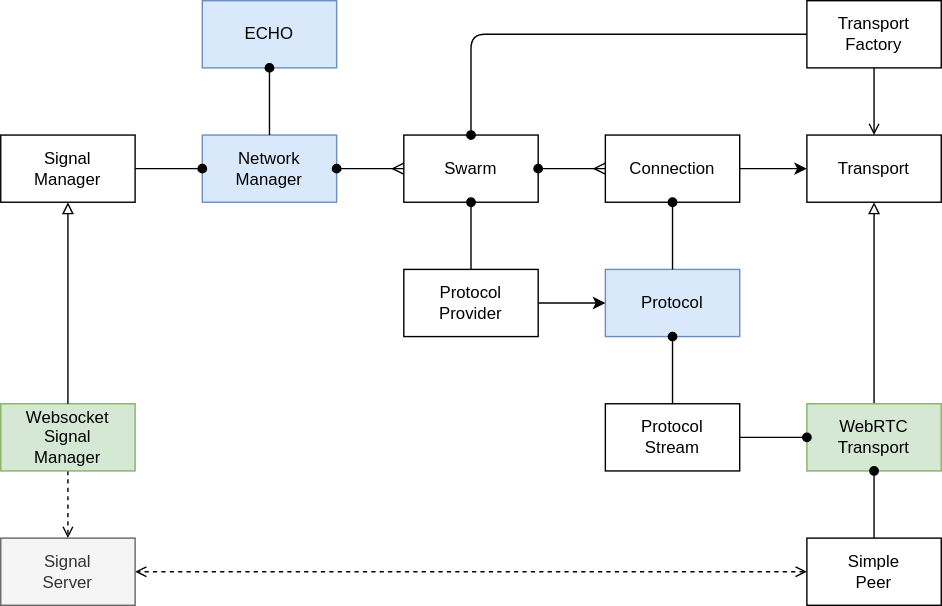
dxos/dxos keeps this draw.io diagram as docs/design/diagrams/mesh-network-manager.drawio.svg. Above is the earlier version. Source tidied: cells renumbered, new cells last; positions are measured from the earlier drawing's top-left corner, leaving out a move shared by most shapes.
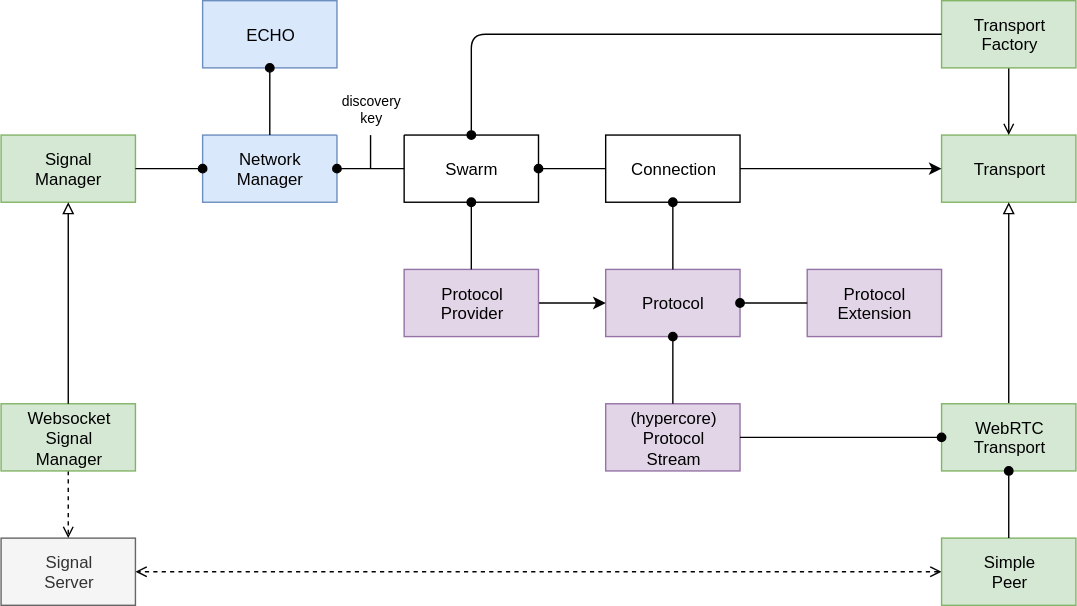
Later version of the same file.

The edit, as a diff of the source:
```diff
@@ -5,14 +5,14 @@
     <mxCell id="2" value="Network&lt;br&gt;Manager" style="rounded=0;whiteSpace=wrap;html=1;fillColor=#dae8fc;strokeColor=#6c8ebf;" parent="1" vertex="1">
       <mxGeometry x="144" y="96" width="96" height="48" as="geometry" />
     </mxCell>
-    <mxCell id="3" value="Transport" style="rounded=0;whiteSpace=wrap;html=1;" parent="1" vertex="1">
-      <mxGeometry x="576" y="96" width="96" height="48" as="geometry" />
+    <mxCell id="3" value="Transport" style="rounded=0;whiteSpace=wrap;html=1;fillColor=#d5e8d4;strokeColor=#82b366;" parent="1" vertex="1">
+      <mxGeometry x="672" y="96" width="96" height="48" as="geometry" />
     </mxCell>
     <mxCell id="4" style="edgeStyle=none;html=1;exitX=0.5;exitY=0;exitDx=0;exitDy=0;endArrow=block;endFill=0;entryX=0.5;entryY=1;entryDx=0;entryDy=0;" parent="1" edge="1" source="5" target="3">
       <mxGeometry relative="1" as="geometry" />
     </mxCell>
     <mxCell id="5" value="WebRTC&lt;br&gt;Transport" style="rounded=0;whiteSpace=wrap;html=1;fillColor=#d5e8d4;strokeColor=#82b366;" parent="1" vertex="1">
-      <mxGeometry x="576" y="288" width="96" height="48" as="geometry" />
+      <mxGeometry x="672" y="288" width="96" height="48" as="geometry" />
     </mxCell>
     <mxCell id="6" value="Swarm" style="rounded=0;whiteSpace=wrap;html=1;" parent="1" vertex="1">
       <mxGeometry x="288" y="96" width="96" height="48" as="geometry" />
@@ -32,8 +32,8 @@
     <mxCell id="11" style="edgeStyle=none;html=1;exitX=0;exitY=0.5;exitDx=0;exitDy=0;startArrow=open;startFill=0;endArrow=open;endFill=0;dashed=1;" parent="1" edge="1" source="12" target="14">
       <mxGeometry relative="1" as="geometry" />
     </mxCell>
-    <mxCell id="12" value="Simple&lt;br&gt;Peer" style="rounded=0;whiteSpace=wrap;html=1;" parent="1" vertex="1">
-      <mxGeometry x="576" y="384" width="96" height="48" as="geometry" />
+    <mxCell id="12" value="Simple&lt;br&gt;Peer" style="rounded=0;whiteSpace=wrap;html=1;fillColor=#d5e8d4;strokeColor=#82b366;" parent="1" vertex="1">
+      <mxGeometry x="672" y="384" width="96" height="48" as="geometry" />
     </mxCell>
     <mxCell id="13" style="edgeStyle=none;html=1;exitX=0.5;exitY=1;exitDx=0;exitDy=0;entryX=0.5;entryY=0;entryDx=0;entryDy=0;startArrow=oval;startFill=1;endArrow=none;endFill=0;" parent="1" edge="1" source="5" target="12">
       <mxGeometry relative="1" as="geometry" />
@@ -41,7 +41,7 @@
     <mxCell id="14" value="Signal&lt;br&gt;Server" style="rounded=0;whiteSpace=wrap;html=1;fillColor=#f5f5f5;fontColor=#333333;strokeColor=#666666;" parent="1" vertex="1">
       <mxGeometry y="384" width="96" height="48" as="geometry" />
     </mxCell>
-    <mxCell id="15" value="Signal&lt;br&gt;Manager" style="rounded=0;whiteSpace=wrap;html=1;" parent="1" vertex="1">
+    <mxCell id="15" value="Signal&lt;br&gt;Manager" style="rounded=0;whiteSpace=wrap;html=1;fillColor=#d5e8d4;strokeColor=#82b366;" parent="1" vertex="1">
       <mxGeometry y="96" width="96" height="48" as="geometry" />
     </mxCell>
     <mxCell id="16" style="edgeStyle=none;html=1;exitX=0.5;exitY=1;exitDx=0;exitDy=0;startArrow=none;startFill=0;endArrow=open;endFill=0;dashed=1;" parent="1" edge="1" source="17" target="14">
@@ -62,10 +62,10 @@
     <mxCell id="21" style="edgeStyle=none;html=1;exitX=0.5;exitY=1;exitDx=0;exitDy=0;startArrow=oval;startFill=1;endArrow=none;endFill=0;" parent="1" edge="1" source="20" target="2">
       <mxGeometry relative="1" as="geometry" />
     </mxCell>
-    <mxCell id="22" value="Protocol" style="rounded=0;whiteSpace=wrap;html=1;fillColor=#dae8fc;strokeColor=#6c8ebf;" parent="1" vertex="1">
+    <mxCell id="22" value="Protocol" style="rounded=0;whiteSpace=wrap;html=1;fillColor=#e1d5e7;strokeColor=#9673a6;" parent="1" vertex="1">
       <mxGeometry x="432" y="192" width="96" height="48" as="geometry" />
     </mxCell>
-    <mxCell id="23" value="Protocol&lt;br&gt;Stream" style="rounded=0;whiteSpace=wrap;html=1;" parent="1" vertex="1">
+    <mxCell id="23" value="(hypercore)&lt;br&gt;Protocol&lt;br&gt;Stream" style="rounded=0;whiteSpace=wrap;html=1;fillColor=#e1d5e7;strokeColor=#9673a6;" parent="1" vertex="1">
       <mxGeometry x="432" y="288" width="96" height="48" as="geometry" />
     </mxCell>
     <mxCell id="24" style="edgeStyle=none;html=1;exitX=0.5;exitY=1;exitDx=0;exitDy=0;entryX=0.5;entryY=0;entryDx=0;entryDy=0;endArrow=none;endFill=0;startArrow=oval;startFill=1;" parent="1" edge="1" source="22" target="23">
@@ -74,13 +74,13 @@
     <mxCell id="25" style="edgeStyle=none;html=1;exitX=0.5;exitY=1;exitDx=0;exitDy=0;startArrow=none;startFill=0;endArrow=open;endFill=0;" parent="1" edge="1" source="26" target="3">
       <mxGeometry relative="1" as="geometry" />
     </mxCell>
-    <mxCell id="26" value="Transport&lt;br&gt;Factory" style="rounded=0;whiteSpace=wrap;html=1;" parent="1" vertex="1">
-      <mxGeometry x="576" width="96" height="48" as="geometry" />
+    <mxCell id="26" value="Transport&lt;br&gt;Factory" style="rounded=0;whiteSpace=wrap;html=1;fillColor=#d5e8d4;strokeColor=#82b366;" parent="1" vertex="1">
+      <mxGeometry x="672" width="96" height="48" as="geometry" />
     </mxCell>
     <mxCell id="27" style="edgeStyle=none;html=1;exitX=1;exitY=0.5;exitDx=0;exitDy=0;entryX=0;entryY=0.5;entryDx=0;entryDy=0;startArrow=none;startFill=0;endArrow=classic;endFill=1;" parent="1" edge="1" source="28" target="22">
       <mxGeometry relative="1" as="geometry" />
     </mxCell>
-    <mxCell id="28" value="Protocol&lt;br&gt;Provider" style="rounded=0;whiteSpace=wrap;html=1;" parent="1" vertex="1">
+    <mxCell id="28" value="Protocol&lt;br&gt;Provider" style="rounded=0;whiteSpace=wrap;html=1;fillColor=#e1d5e7;strokeColor=#9673a6;" parent="1" vertex="1">
       <mxGeometry x="288" y="192" width="96" height="48" as="geometry" />
     </mxCell>
     <mxCell id="29" style="edgeStyle=none;html=1;exitX=0.5;exitY=1;exitDx=0;exitDy=0;entryX=0.5;entryY=0;entryDx=0;entryDy=0;startArrow=oval;startFill=1;endArrow=none;endFill=0;" parent="1" edge="1" source="6" target="28">
@@ -99,5 +99,19 @@
         </Array>
       </mxGeometry>
     </mxCell>
+    <mxCell id="33" style="edgeStyle=orthogonalEdgeStyle;rounded=0;jettySize=auto;html=1;exitX=0.5;exitY=1;exitDx=0;exitDy=0;endArrow=none;endFill=0;" parent="1" edge="1" source="34">
+      <mxGeometry relative="1" as="geometry">
+        <mxPoint x="264" y="120" as="targetPoint" />
+      </mxGeometry>
+    </mxCell>
+    <mxCell id="34" value="discovery&lt;br style=&quot;font-size: 10px;&quot;&gt;key" style="rounded=0;whiteSpace=wrap;html=1;strokeColor=none;fontSize=10;" parent="1" vertex="1">
+      <mxGeometry x="240" y="60" width="48" height="36" as="geometry" />
+    </mxCell>
+    <mxCell id="35" value="Protocol&lt;br&gt;Extension" style="rounded=0;whiteSpace=wrap;html=1;fillColor=#e1d5e7;strokeColor=#9673a6;" parent="1" vertex="1">
+      <mxGeometry x="576" y="192" width="96" height="48" as="geometry" />
+    </mxCell>
+    <mxCell id="36" style="edgeStyle=orthogonalEdgeStyle;rounded=0;jettySize=auto;html=1;exitX=1;exitY=0.5;exitDx=0;exitDy=0;entryX=0;entryY=0.5;entryDx=0;entryDy=0;startArrow=oval;startFill=1;endArrow=ERmany;endFill=0;" parent="1" edge="1" source="22" target="35">
+      <mxGeometry relative="1" as="geometry" />
+    </mxCell>
   </root>
 </mxGraphModel>
```
